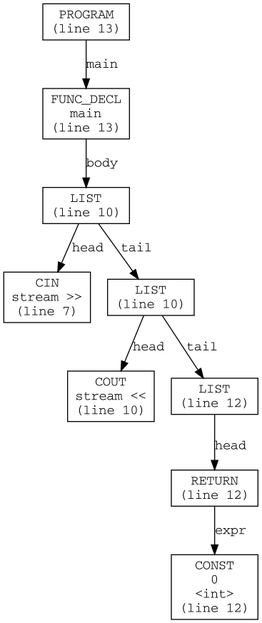
This is syntaxExtreme/ast.png from kalamakis/Cpp-compiler, a Graphviz export, as it was before one commit. Its source is kept beside it as syntaxExtreme/ast.dot.
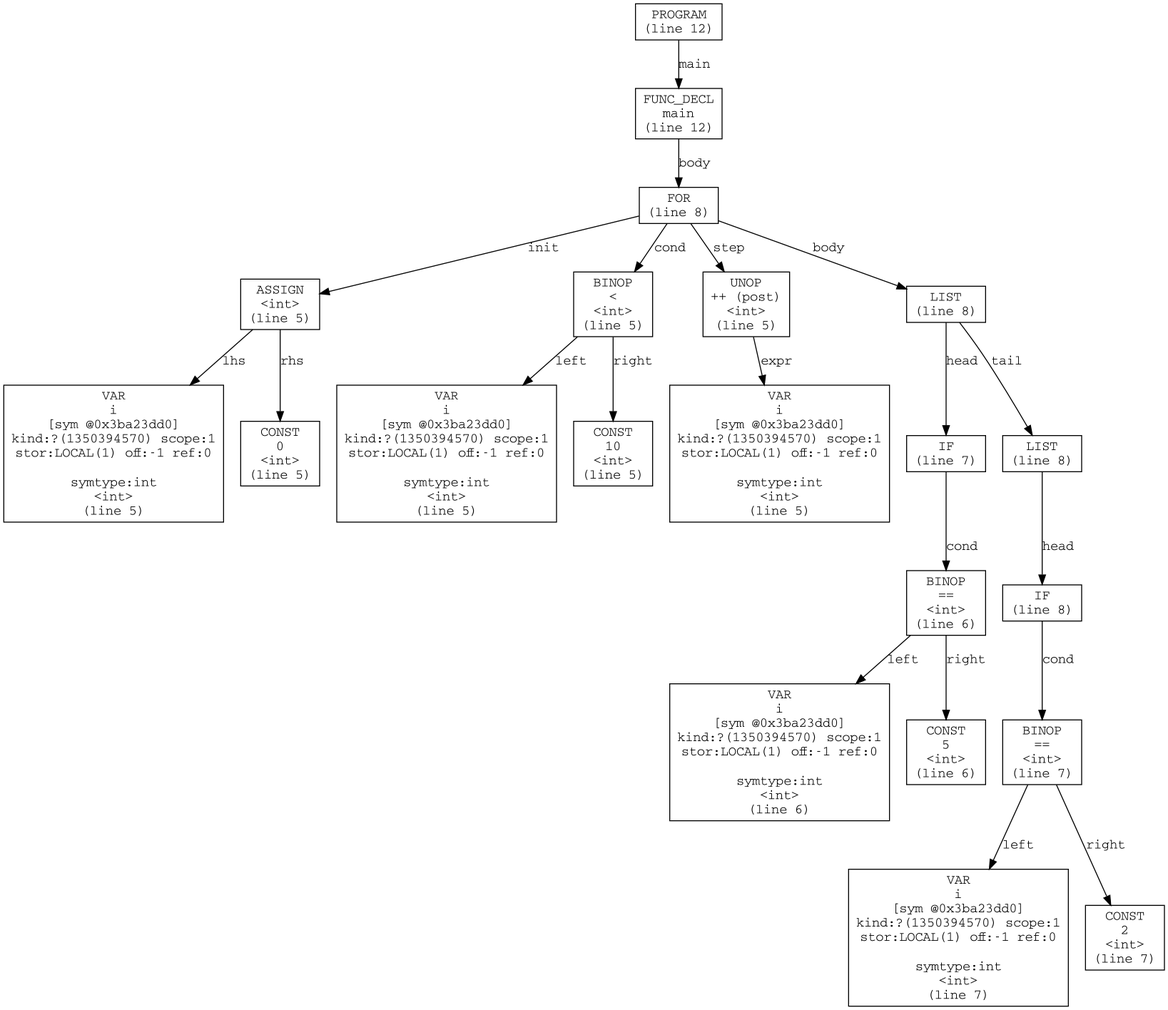
Later version of the same file.

Change to the diagram source:
```diff
@@ -1,21 +1,45 @@
 digraph AST {
   node [shape=box, fontname="Courier"];
   edge [fontname="Courier"];
-  n0 [label="PROGRAM\n(line 13)"];
-  n1 [label="FUNC_DECL\nmain\n(line 13)"];
-  n2 [label="LIST\n(line 10)"];
-  n3 [label="CIN\nstream >>\n(line 7)"];
-  n2 -> n3 [label="head"];
-  n4 [label="LIST\n(line 10)"];
-  n5 [label="COUT\nstream <<\n(line 10)"];
-  n4 -> n5 [label="head"];
-  n6 [label="LIST\n(line 12)"];
-  n7 [label="RETURN\n(line 12)"];
-  n8 [label="CONST\n0\n<int>\n(line 12)"];
-  n7 -> n8 [label="expr"];
-  n6 -> n7 [label="head"];
-  n4 -> n6 [label="tail"];
-  n2 -> n4 [label="tail"];
+  n0 [label="PROGRAM\n(line 12)"];
+  n1 [label="FUNC_DECL\nmain\n(line 12)"];
+  n2 [label="FOR\n(line 8)"];
+  n3 [label="ASSIGN\n<int>\n(line 5)"];
+  n4 [label="VAR\ni\n[sym @0x3ba23dd0]\nkind:?(1350394570) scope:1\nstor:LOCAL(1) off:-1 ref:0\n\nsymtype:int\n<int>\n(line 5)"];
+  n3 -> n4 [label="lhs"];
+  n5 [label="CONST\n0\n<int>\n(line 5)"];
+  n3 -> n5 [label="rhs"];
+  n2 -> n3 [label="init"];
+  n6 [label="BINOP\n<\n<int>\n(line 5)"];
+  n7 [label="VAR\ni\n[sym @0x3ba23dd0]\nkind:?(1350394570) scope:1\nstor:LOCAL(1) off:-1 ref:0\n\nsymtype:int\n<int>\n(line 5)"];
+  n6 -> n7 [label="left"];
+  n8 [label="CONST\n10\n<int>\n(line 5)"];
+  n6 -> n8 [label="right"];
+  n2 -> n6 [label="cond"];
+  n9 [label="UNOP\n++ (post)\n<int>\n(line 5)"];
+  n10 [label="VAR\ni\n[sym @0x3ba23dd0]\nkind:?(1350394570) scope:1\nstor:LOCAL(1) off:-1 ref:0\n\nsymtype:int\n<int>\n(line 5)"];
+  n9 -> n10 [label="expr"];
+  n2 -> n9 [label="step"];
+  n11 [label="LIST\n(line 8)"];
+  n12 [label="IF\n(line 7)"];
+  n13 [label="BINOP\n==\n<int>\n(line 6)"];
+  n14 [label="VAR\ni\n[sym @0x3ba23dd0]\nkind:?(1350394570) scope:1\nstor:LOCAL(1) off:-1 ref:0\n\nsymtype:int\n<int>\n(line 6)"];
+  n13 -> n14 [label="left"];
+  n15 [label="CONST\n5\n<int>\n(line 6)"];
+  n13 -> n15 [label="right"];
+  n12 -> n13 [label="cond"];
+  n11 -> n12 [label="head"];
+  n16 [label="LIST\n(line 8)"];
+  n17 [label="IF\n(line 8)"];
+  n18 [label="BINOP\n==\n<int>\n(line 7)"];
+  n19 [label="VAR\ni\n[sym @0x3ba23dd0]\nkind:?(1350394570) scope:1\nstor:LOCAL(1) off:-1 ref:0\n\nsymtype:int\n<int>\n(line 7)"];
+  n18 -> n19 [label="left"];
+  n20 [label="CONST\n2\n<int>\n(line 7)"];
+  n18 -> n20 [label="right"];
+  n17 -> n18 [label="cond"];
+  n16 -> n17 [label="head"];
+  n11 -> n16 [label="tail"];
+  n2 -> n11 [label="body"];
   n1 -> n2 [label="body"];
   n0 -> n1 [label="main"];
 }
```
